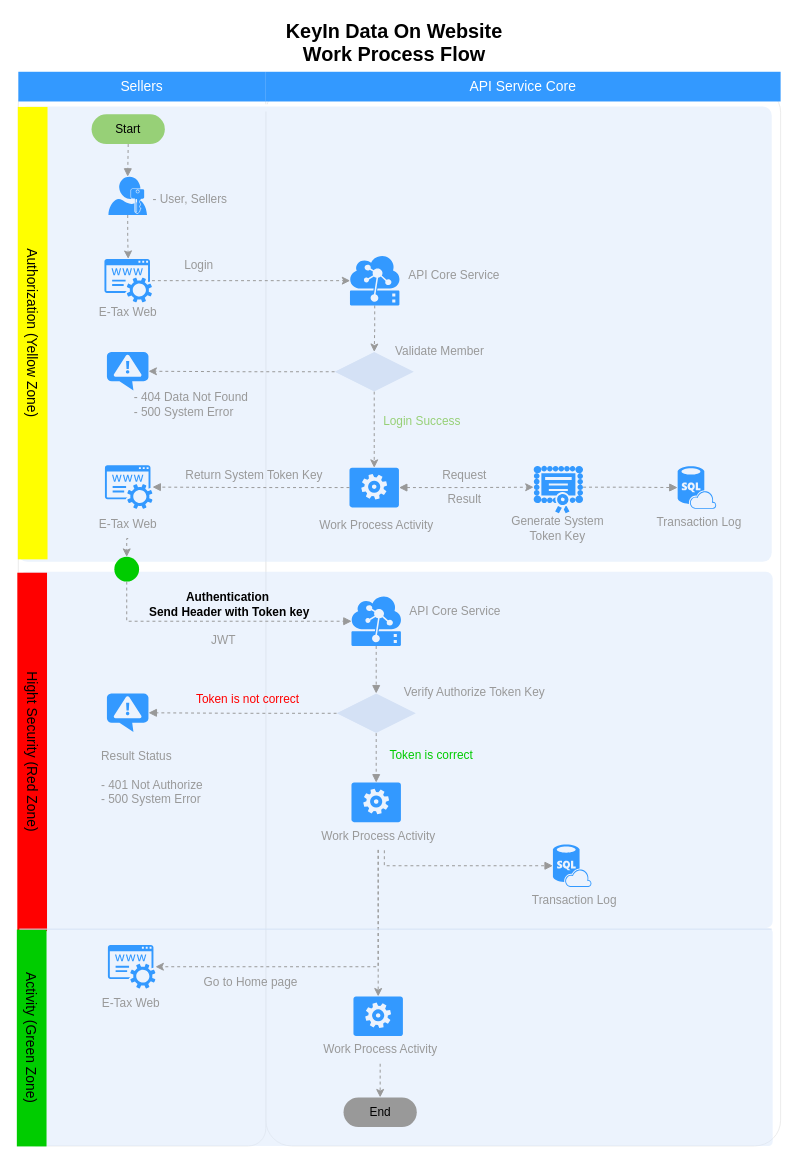
Above: KeyIn Data.drawio in nirawat/eTax (draw.io), before the change. Source tidied: cells renumbered, new cells numbered last; positions are measured from the earlier drawing's top-left corner, leaving out a move shared by most shapes. Both pictures are drawn from the tidied source at 99%, with x=0, y=0 at pixel (-194, 17).
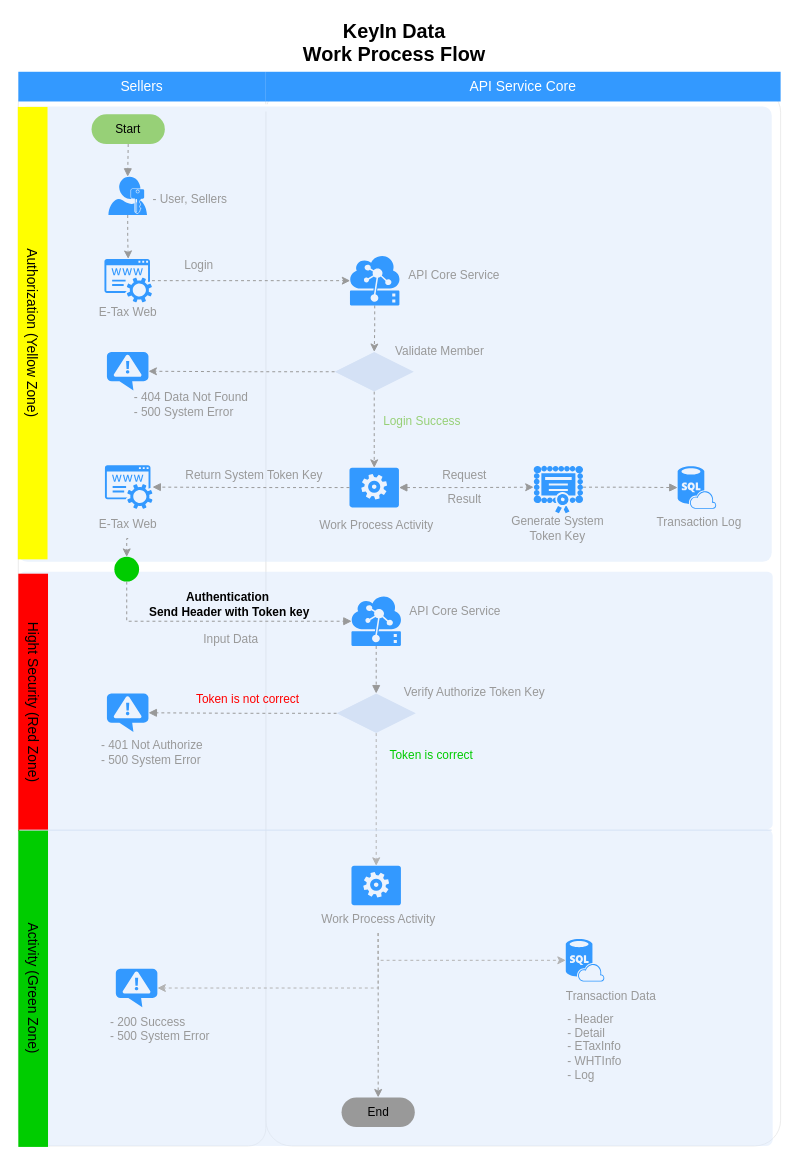
Above is the later version.

Unchanged cells that the change refers to:
```xml
<mxCell id="45" style="rhombus;whiteSpace=wrap;html=1;strokeColor=none;strokeWidth=1;fillColor=#D4E1F5;fontSize=12;fontColor=#999999;align=left;" parent="1" vertex="1">
  <mxGeometry x="535.5" y="683" width="80" height="40" as="geometry" />
</mxCell>
<mxCell id="78" style="verticalLabelPosition=bottom;html=1;verticalAlign=top;align=center;strokeColor=none;fillColor=#3399FF;shape=mxgraph.azure.worker_role;fontSize=12;fontColor=#999999;" parent="77" vertex="1">
  <mxGeometry x="53" width="50" height="40" as="geometry" />
</mxCell>
<mxCell id="79" value="Work Process Activity&lt;br&gt;" style="text;html=1;strokeColor=none;fillColor=none;align=center;verticalAlign=middle;whiteSpace=wrap;rounded=0;fontSize=12;fontColor=#999999;" parent="77" vertex="1">
  <mxGeometry y="39" width="160" height="29" as="geometry" />
</mxCell>
```

Change to the diagram source:
```diff
@@
     <mxCell id="5" style="rounded=1;whiteSpace=wrap;html=1;strokeColor=none;strokeWidth=1;fillColor=#dae8fc;fontSize=12;align=center;arcSize=2;opacity=50;" parent="1" vertex="1">
-      <mxGeometry x="215" y="920" width="761" height="220" as="geometry" />
+      <mxGeometry x="215" y="820" width="761" height="320" as="geometry" />
     </mxCell>
     <mxCell id="6" style="rounded=1;whiteSpace=wrap;html=1;strokeColor=none;strokeWidth=1;fillColor=#dae8fc;fontSize=12;align=center;arcSize=2;opacity=50;" parent="1" vertex="1">
-      <mxGeometry x="215" y="560" width="761" height="360" as="geometry" />
+      <mxGeometry x="215" y="560" width="761" height="260" as="geometry" />
     </mxCell>
@@
-    <mxCell id="8" value="KeyIn Data On Website&lt;br&gt;Work Process Flow" style="text;html=1;strokeColor=none;fillColor=none;align=center;verticalAlign=middle;whiteSpace=wrap;rounded=0;fontStyle=1;fontSize=20;" parent="1" vertex="1">
+    <mxCell id="8" value="KeyIn Data&lt;br&gt;Work Process Flow" style="text;html=1;strokeColor=none;fillColor=none;align=center;verticalAlign=middle;whiteSpace=wrap;rounded=0;fontStyle=1;fontSize=20;" parent="1" vertex="1">
       <mxGeometry x="464" width="260" height="50" as="geometry" />
     </mxCell>
@@
-    <mxCell id="12" value="Result Status&lt;br&gt;&lt;br&gt;- 401 Not Authorize&lt;br&gt;- 500 System Error&lt;br&gt;" style="text;html=1;strokeColor=none;fillColor=none;align=left;verticalAlign=middle;whiteSpace=wrap;rounded=0;fontSize=12;fontColor=#999999;" parent="1" vertex="1">
-      <mxGeometry x="296" y="729" width="143" height="77" as="geometry" />
+    <mxCell id="12" value="- 401 Not Authorize&lt;br&gt;- 500 System Error&lt;br&gt;" style="text;html=1;strokeColor=none;fillColor=none;align=left;verticalAlign=middle;whiteSpace=wrap;rounded=0;fontSize=12;fontColor=#999999;" parent="1" vertex="1">
+      <mxGeometry x="296" y="716" width="143" height="54" as="geometry" />
     </mxCell>
@@
-    <mxCell id="43" style="edgeStyle=orthogonalEdgeStyle;rounded=0;jettySize=auto;html=1;exitX=0.5;exitY=1;exitDx=0;exitDy=0;dashed=1;startArrow=none;startFill=0;endArrow=block;endFill=1;strokeColor=#999999;" parent="1" edge="1" source="45" target="52">
-      <mxGeometry relative="1" as="geometry" />
-    </mxCell>
@@
+    <mxCell id="89" style="edgeStyle=orthogonalEdgeStyle;rounded=0;jettySize=auto;html=1;exitX=0.5;exitY=1;exitDx=0;exitDy=0;entryX=0.5;entryY=0;entryDx=0;entryDy=0;entryPerimeter=0;dashed=1;strokeColor=#B3B3B3;fontColor=#97D077;" parent="1" edge="1" source="45" target="78">
+      <mxGeometry relative="1" as="geometry" />
+    </mxCell>
@@
-    <mxCell id="51" style="group;" parent="1" vertex="1">
-      <mxGeometry x="497.5" y="805" width="160" height="72" as="geometry" />
-    </mxCell>
-    <mxCell id="52" style="verticalLabelPosition=bottom;html=1;verticalAlign=top;align=center;strokeColor=none;fillColor=#3399FF;shape=mxgraph.azure.worker_role;fontSize=12;fontColor=#999999;" parent="51" vertex="1">
-      <mxGeometry x="53" y="-32" width="50" height="40" as="geometry" />
-    </mxCell>
-    <mxCell id="53" value="Work Process Activity&lt;br&gt;" style="text;html=1;strokeColor=none;fillColor=none;align=center;verticalAlign=middle;whiteSpace=wrap;rounded=0;fontSize=12;fontColor=#999999;" parent="51" vertex="1">
-      <mxGeometry y="7" width="160" height="29" as="geometry" />
-    </mxCell>
-    <mxCell id="54" style="edgeStyle=orthogonalEdgeStyle;rounded=0;jettySize=auto;html=1;exitX=0.539;exitY=1.013;exitDx=0;exitDy=0;entryX=0;entryY=0.5;entryDx=0;entryDy=0;entryPerimeter=0;dashed=1;startArrow=none;startFill=0;endArrow=block;endFill=1;strokeColor=#999999;exitPerimeter=0;" parent="1" edge="1" source="53" target="88">
-      <mxGeometry relative="1" as="geometry">
-        <Array as="points">
-          <mxPoint x="584" y="857" />
-        </Array>
-      </mxGeometry>
-    </mxCell>
-    <mxCell id="55" style="group;" parent="1" vertex="1">
-      <mxGeometry x="273" y="937" width="110" height="74" as="geometry" />
-    </mxCell>
-    <mxCell id="56" style="shadow=0;dashed=0;html=1;strokeColor=none;fillColor=#3399FF;labelPosition=center;verticalLabelPosition=bottom;verticalAlign=top;outlineConnect=0;align=center;shape=mxgraph.office.services.registrar_service;" parent="55" vertex="1">
-      <mxGeometry x="31.5" width="48" height="44" as="geometry" />
-    </mxCell>
-    <mxCell id="57" value="E-Tax Web" style="text;html=1;strokeColor=none;fillColor=none;align=center;verticalAlign=middle;whiteSpace=wrap;rounded=0;fontSize=12;fontColor=#999999;" parent="55" vertex="1">
-      <mxGeometry y="44" width="110" height="30" as="geometry" />
-    </mxCell>
-    <mxCell id="58" value="Go to Home page" style="text;html=1;strokeColor=none;fillColor=none;align=center;verticalAlign=middle;whiteSpace=wrap;rounded=0;fontSize=12;fontColor=#999999;" parent="1" vertex="1">
-      <mxGeometry x="386.5" y="960" width="124" height="29" as="geometry" />
-    </mxCell>
     <mxCell id="59" value="End" style="rounded=1;whiteSpace=wrap;html=1;fontColor=#000000;align=center;arcSize=50;labelBackgroundColor=none;fillColor=#999999;strokeColor=none;" parent="1" vertex="1">
-      <mxGeometry x="542.5" y="1091" width="74" height="30" as="geometry" />
+      <mxGeometry x="540.5" y="1091" width="74" height="30" as="geometry" />
     </mxCell>
@@
-    <mxCell id="63" style="edgeStyle=orthogonalEdgeStyle;rounded=0;jettySize=auto;html=1;exitX=0.5;exitY=1;exitDx=0;exitDy=0;strokeColor=#999999;dashed=1;" parent="1" edge="1" source="53" target="56">
-      <mxGeometry relative="1" as="geometry">
-        <Array as="points">
-          <mxPoint x="578" y="959" />
-        </Array>
-      </mxGeometry>
-    </mxCell>
     <mxCell id="64" value="Hight Security (Red Zone)" style="whiteSpace=wrap;html=1;dashed=1;strokeColor=none;strokeWidth=2;fillColor=#FF0000;fontFamily=Helvetica;fontSize=14;fontColor=#000000;fontStyle=0;rotation=90;" parent="1" vertex="1">
-      <mxGeometry x="47" y="727" width="362" height="30" as="geometry" />
+      <mxGeometry x="99" y="677" width="260" height="30" as="geometry" />
     </mxCell>
@@
     <mxCell id="76" value="Activity (Green Zone)" style="whiteSpace=wrap;html=1;dashed=1;strokeColor=none;strokeWidth=2;fillColor=#00CC00;fontFamily=Helvetica;fontSize=14;fontColor=#000000;fontStyle=0;rotation=90;" parent="1" vertex="1">
-      <mxGeometry x="118" y="1016" width="219" height="30" as="geometry" />
+      <mxGeometry x="69" y="966" width="320" height="30" as="geometry" />
     </mxCell>
     <mxCell id="77" style="group;" parent="1" vertex="1">
-      <mxGeometry x="499.5" y="989" width="160" height="68" as="geometry" />
+      <mxGeometry x="497.5" y="857" width="160" height="68" as="geometry" />
     </mxCell>
@@
-    <mxCell id="81" style="edgeStyle=orthogonalEdgeStyle;rounded=0;jettySize=auto;html=1;exitX=0.5;exitY=1;exitDx=0;exitDy=0;entryX=0.5;entryY=0;entryDx=0;entryDy=0;dashed=1;strokeColor=#999999;entryPerimeter=0;" parent="1" edge="1" source="53" target="78">
-      <mxGeometry relative="1" as="geometry" />
-    </mxCell>
@@
-    <mxCell id="85" value="JWT" style="text;html=1;strokeColor=none;fillColor=none;align=center;verticalAlign=middle;whiteSpace=wrap;rounded=0;fontSize=12;fontColor=#999999;" parent="1" vertex="1">
-      <mxGeometry x="371" y="614.5" width="101" height="29" as="geometry" />
+    <mxCell id="85" value="Input Data" style="text;html=1;strokeColor=none;fillColor=none;align=center;verticalAlign=middle;whiteSpace=wrap;rounded=0;fontSize=12;fontColor=#999999;" parent="1" vertex="1">
+      <mxGeometry x="344" y="615" width="170" height="25" as="geometry" />
     </mxCell>
     <mxCell id="86" style="endArrow=none;html=1;strokeColor=#D4E1F5;fontColor=#000000;" parent="1" edge="1">
       <mxGeometry relative="1" as="geometry">
-        <mxPoint x="215" y="921" as="sourcePoint" />
-        <mxPoint x="975" y="921" as="targetPoint" />
+        <mxPoint x="215" y="821" as="sourcePoint" />
+        <mxPoint x="975" y="821" as="targetPoint" />
       </mxGeometry>
     </mxCell>
-    <mxCell id="87" value="Transaction Log" style="text;html=1;strokeColor=none;fillColor=none;align=center;verticalAlign=middle;whiteSpace=wrap;rounded=0;fontSize=12;fontColor=#999999;" parent="1" vertex="1">
-      <mxGeometry x="722" y="877.5" width="108" height="29" as="geometry" />
+    <mxCell id="87" value="Transaction Data" style="text;html=1;strokeColor=none;fillColor=none;align=center;verticalAlign=middle;whiteSpace=wrap;rounded=0;fontSize=12;fontColor=#999999;" parent="1" vertex="1">
+      <mxGeometry x="758.5" y="974" width="108" height="29" as="geometry" />
     </mxCell>
     <mxCell id="88" style="verticalLabelPosition=bottom;html=1;verticalAlign=top;align=center;strokeColor=none;fillColor=#3399FF;shape=mxgraph.azure.sql_database_sql_azure;fontSize=12;fontColor=#999999;" parent="1" vertex="1">
-      <mxGeometry x="754" y="835.5" width="39" height="43" as="geometry" />
+      <mxGeometry x="767" y="931" width="39" height="43" as="geometry" />
     </mxCell>
+    <mxCell id="90" value="- Header&lt;br&gt;- Detail&lt;br&gt;- ETaxInfo&lt;br&gt;- WHTInfo&lt;br&gt;- Log&lt;br&gt;" style="text;html=1;strokeColor=none;fillColor=none;align=left;verticalAlign=middle;whiteSpace=wrap;rounded=0;fontSize=12;fontColor=#999999;" parent="1" vertex="1">
+      <mxGeometry x="767" y="1003" width="103" height="74" as="geometry" />
+    </mxCell>
+    <mxCell id="91" style="verticalLabelPosition=bottom;html=1;verticalAlign=top;align=center;strokeColor=none;fillColor=#3399FF;shape=mxgraph.azure.notification_topic;fontSize=12;fontColor=#999999;" parent="1" vertex="1">
+      <mxGeometry x="312.5" y="961" width="42" height="39" as="geometry" />
+    </mxCell>
+    <mxCell id="92" value="- 200 Success&lt;br&gt;- 500 System Error&lt;br&gt;" style="text;html=1;strokeColor=none;fillColor=none;align=left;verticalAlign=middle;whiteSpace=wrap;rounded=0;fontSize=12;fontColor=#999999;" parent="1" vertex="1">
+      <mxGeometry x="305" y="993" width="143" height="57" as="geometry" />
+    </mxCell>
+    <mxCell id="93" style="edgeStyle=orthogonalEdgeStyle;rounded=0;jettySize=auto;html=1;exitX=0.5;exitY=1;exitDx=0;exitDy=0;entryX=0;entryY=0.5;entryDx=0;entryDy=0;entryPerimeter=0;dashed=1;strokeColor=#B3B3B3;fontColor=#97D077;" parent="1" edge="1" source="79" target="88">
+      <mxGeometry relative="1" as="geometry">
+        <Array as="points">
+          <mxPoint x="578" y="953" />
+        </Array>
+      </mxGeometry>
+    </mxCell>
+    <mxCell id="94" style="edgeStyle=orthogonalEdgeStyle;rounded=0;jettySize=auto;html=1;exitX=0.5;exitY=1;exitDx=0;exitDy=0;entryX=1;entryY=0.5;entryDx=0;entryDy=0;entryPerimeter=0;dashed=1;strokeColor=#B3B3B3;fontColor=#97D077;" parent="1" edge="1" source="79" target="91">
+      <mxGeometry relative="1" as="geometry" />
+    </mxCell>
```
